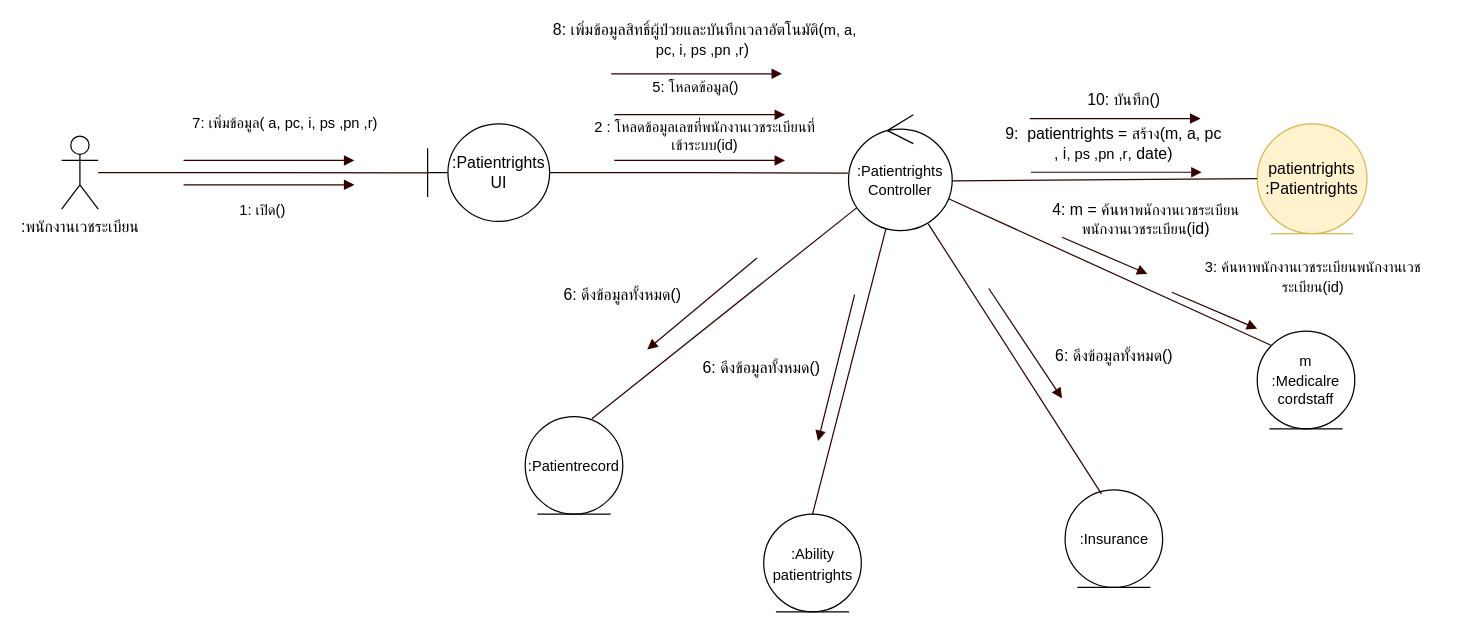
Earlier version of the draw.io diagram page "Communication Diagram" (1 of 5) of draw_io/b6103866-1.drawio (sut63/team10). Source tidied: cells renumbered, new cells numbered last; positions are measured from the earlier drawing's top-left corner, leaving out a move shared by most shapes. Both pictures are drawn from the tidied source at 122%, with x=0, y=0 at pixel (61, 27).
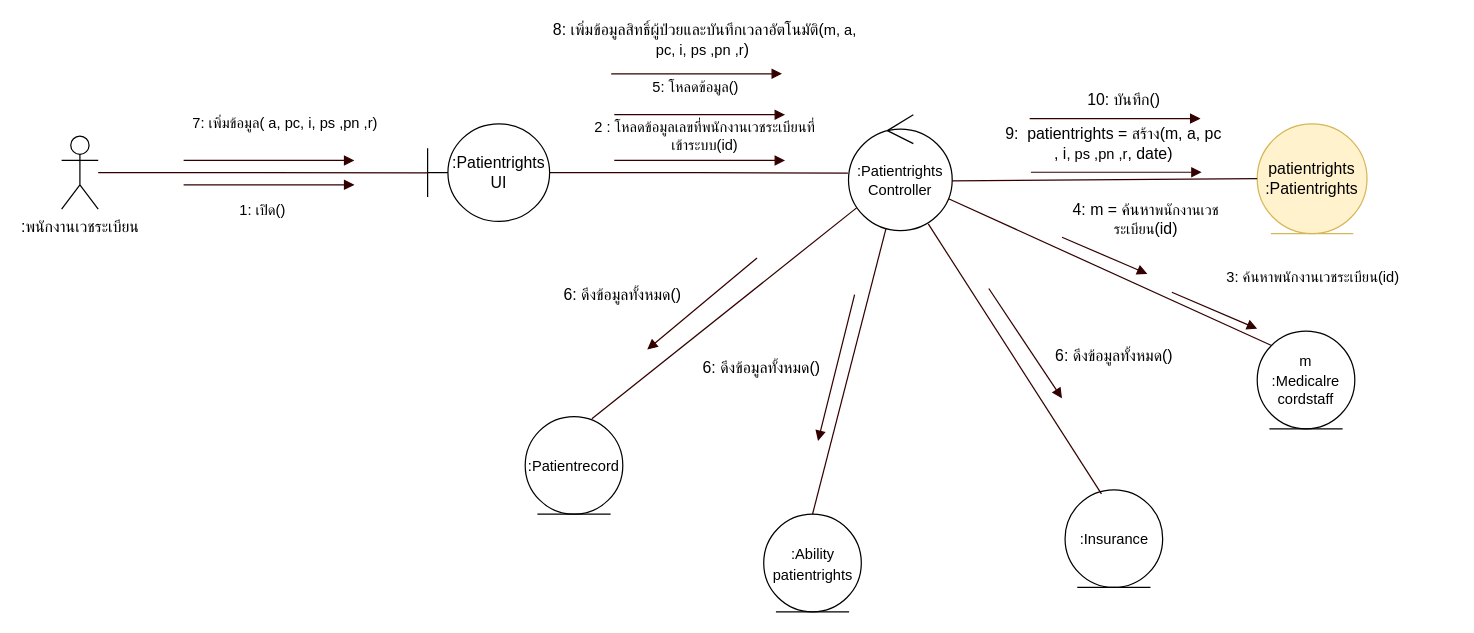
The same page after the edit.

Change to the diagram source:
```diff
@@
-    <mxCell id="25" value="&lt;font style=&quot;font-size: 12px&quot;&gt;3: ค้นหาพนักงานเวชระเบียนพนักงานเวชระเบียน(id)&lt;/font&gt;" style="text;html=1;strokeColor=none;fillColor=none;align=center;verticalAlign=middle;whiteSpace=wrap;rounded=0;fontSize=13;" parent="1" vertex="1">
+    <mxCell id="25" value="&lt;font style=&quot;font-size: 12px&quot;&gt;3: ค้นหาพนักงานเวชระเบียน(id)&lt;/font&gt;" style="text;html=1;strokeColor=none;fillColor=none;align=center;verticalAlign=middle;whiteSpace=wrap;rounded=0;fontSize=13;" parent="1" vertex="1">
       <mxGeometry x="912" y="194" width="228" height="20" as="geometry" />
     </mxCell>
@@
-    <mxCell id="39" value="4: m = ค้นหา&lt;span style=&quot;font-size: 12px&quot;&gt;พนักงานเวชระเบียน&lt;/span&gt;&lt;span style=&quot;font-size: 12px&quot;&gt;พนักงานเวชระเบียน&lt;/span&gt;(id)" style="text;html=1;strokeColor=none;fillColor=none;align=center;verticalAlign=middle;whiteSpace=wrap;rounded=0;fontSize=13;" parent="1" vertex="1">
+    <mxCell id="39" value="4: m = ค้นหา&lt;span style=&quot;font-size: 12px&quot;&gt;พนักงานเวชระเบียน&lt;/span&gt;(id)" style="text;html=1;strokeColor=none;fillColor=none;align=center;verticalAlign=middle;whiteSpace=wrap;rounded=0;fontSize=13;" parent="1" vertex="1">
       <mxGeometry x="802.5" y="146.5" width="172" height="20" as="geometry" />
     </mxCell>
```
